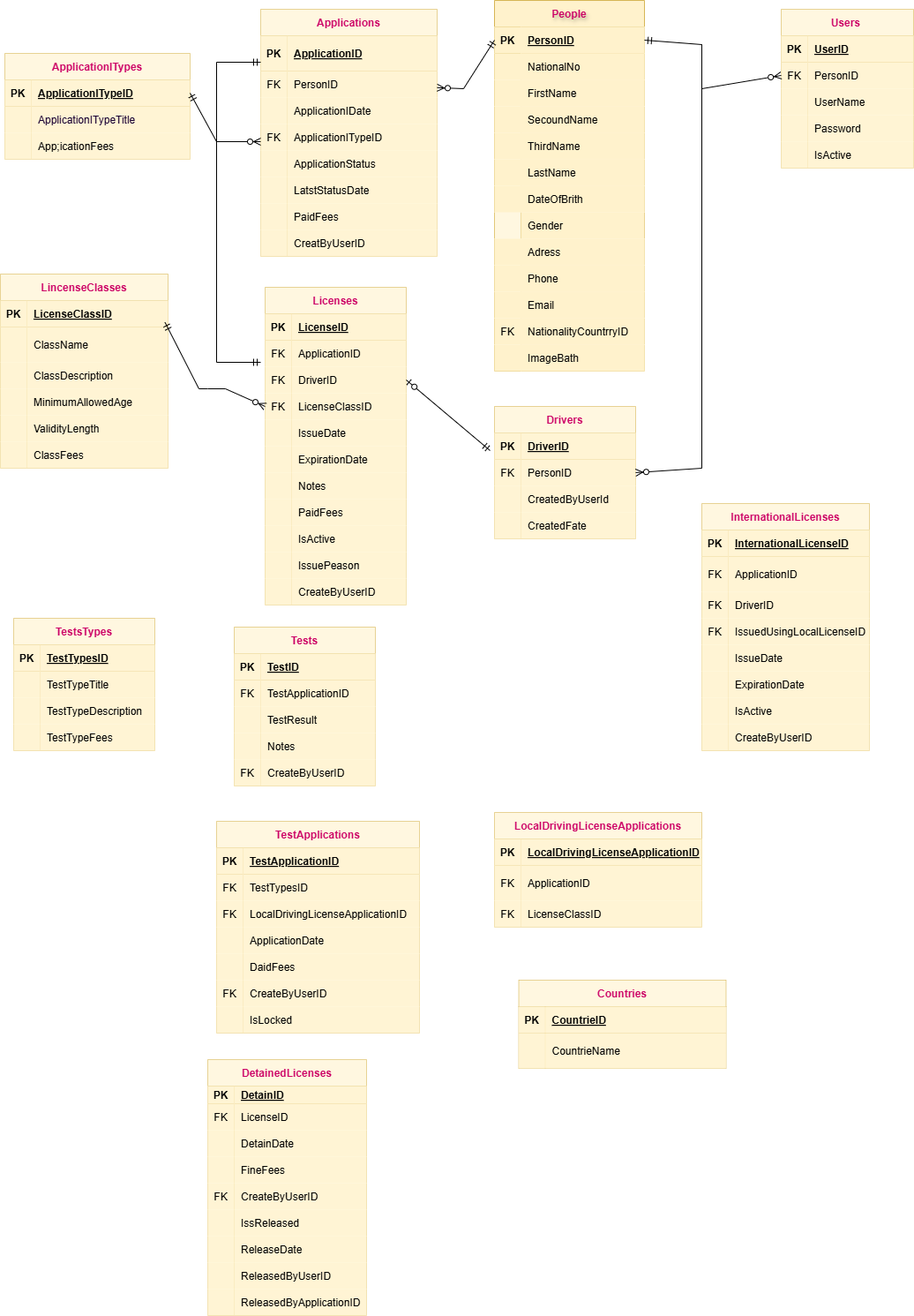
This is Untitled Diagram.drawio.png from azizadiab/Driving-License-Department, a draw.io export, as it was before one commit. Source tidied: cells renumbered, new cells last; positions are measured from the earlier drawing's top-left corner, leaving out a move shared by most shapes.
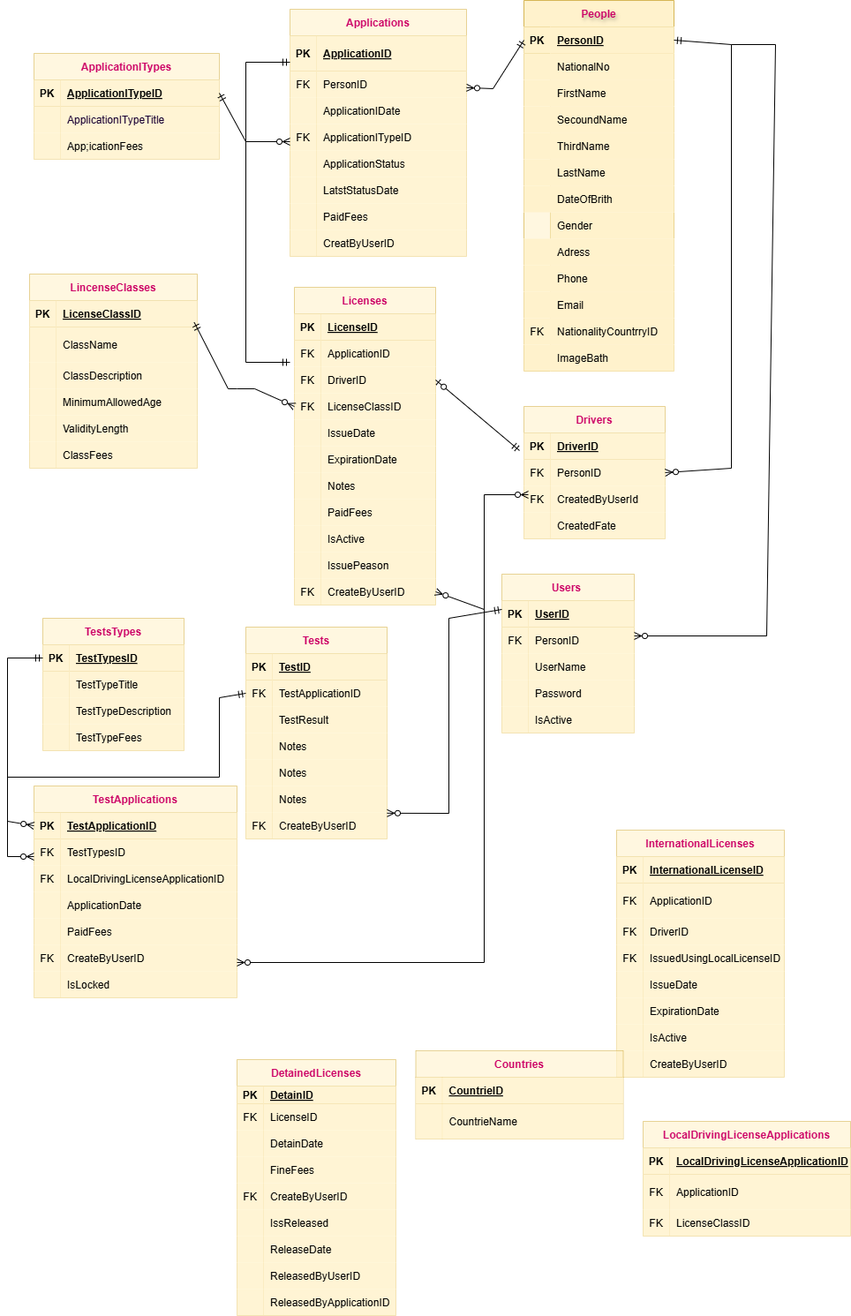
Above is the later version.

The edit, as a diff of the source:
```diff
@@ -198,7 +198,7 @@
       <mxGeometry x="30" width="140" height="30" as="geometry" />
     </mxCell>
     <mxCell id="67" value="Users " style="shape=table;startSize=30;rowLines=0;fontStyle=1;align=center;opacity=60;fillColor=#fff2cc;strokeColor=#d6b656;fontColor=#CC0066;" parent="1" vertex="1">
-      <mxGeometry x="885" y="10" width="150" height="180" as="geometry" />
+      <mxGeometry x="535" y="650" width="150" height="180" as="geometry" />
     </mxCell>
     <mxCell id="68" style="shape=partialRectangle;fillColor=#fff2cc;top=0;left=0;right=0;bottom=1;opacity=60;strokeColor=#d6b656;" parent="67" vertex="1">
       <mxGeometry y="30" width="150" height="30" as="geometry" />
@@ -315,7 +315,7 @@
       <mxGeometry x="30" width="130" height="30" as="geometry" />
     </mxCell>
     <mxCell id="106" value="TestApplications" style="shape=table;startSize=30;rowLines=0;fontStyle=1;align=center;opacity=60;fillColor=#fff2cc;strokeColor=#d6b656;fontColor=#CC0066;" parent="1" vertex="1">
-      <mxGeometry x="245" y="930" width="230" height="240" as="geometry" />
+      <mxGeometry x="5" y="890" width="230" height="240" as="geometry" />
     </mxCell>
     <mxCell id="107" style="shape=partialRectangle;fillColor=#fff2cc;points=[[0,0.5],[1,0.5]];portConstraint=eastwest;top=0;left=0;right=0;bottom=1;opacity=60;strokeColor=#d6b656;" parent="106" vertex="1">
       <mxGeometry y="30" width="230" height="30" as="geometry" />
@@ -359,7 +359,7 @@
     <mxCell id="120" style="shape=partialRectangle;overflow=hidden;fillColor=#fff2cc;top=0;left=0;bottom=0;right=0;opacity=60;strokeColor=#d6b656;" parent="119" vertex="1">
       <mxGeometry width="30" height="30" as="geometry" />
     </mxCell>
-    <mxCell id="121" value="DaidFees" style="shape=partialRectangle;overflow=hidden;fillColor=#fff2cc;top=0;left=0;bottom=0;right=0;align=left;spacingLeft=6;opacity=60;strokeColor=#d6b656;" parent="119" vertex="1">
+    <mxCell id="121" value="PaidFees" style="shape=partialRectangle;overflow=hidden;fillColor=#fff2cc;top=0;left=0;bottom=0;right=0;align=left;spacingLeft=6;opacity=60;strokeColor=#d6b656;" parent="119" vertex="1">
       <mxGeometry x="30" width="200" height="30" as="geometry" />
     </mxCell>
     <mxCell id="122" style="shape=partialRectangle;fillColor=#fff2cc;top=0;left=0;right=0;bottom=0;opacity=60;strokeColor=#d6b656;" parent="106" vertex="1">
@@ -545,7 +545,7 @@
     <mxCell id="182" style="shape=partialRectangle;fillColor=#fff2cc;top=0;left=0;right=0;bottom=0;opacity=60;strokeColor=#d6b656;" parent="175" vertex="1">
       <mxGeometry y="90" width="160" height="30" as="geometry" />
     </mxCell>
-    <mxCell id="183" style="shape=partialRectangle;overflow=hidden;fillColor=#fff2cc;top=0;left=0;bottom=0;right=0;opacity=60;strokeColor=#d6b656;" parent="182" vertex="1">
+    <mxCell id="183" value="FK" style="shape=partialRectangle;overflow=hidden;fillColor=#fff2cc;top=0;left=0;bottom=0;right=0;opacity=60;strokeColor=#d6b656;" parent="182" vertex="1">
       <mxGeometry width="30" height="30" as="geometry" />
     </mxCell>
     <mxCell id="184" value="CreatedByUserId" style="shape=partialRectangle;overflow=hidden;fillColor=#fff2cc;top=0;left=0;bottom=0;right=0;align=left;spacingLeft=6;opacity=60;strokeColor=#d6b656;" parent="182" vertex="1">
@@ -656,14 +656,14 @@
     <mxCell id="219" style="shape=partialRectangle;fillColor=#fff2cc;points=[[0,0.5],[1,0.5]];portConstraint=eastwest;top=0;left=0;right=0;bottom=0;opacity=60;strokeColor=#d6b656;" parent="188" vertex="1">
       <mxGeometry y="330" width="160" height="30" as="geometry" />
     </mxCell>
-    <mxCell id="220" style="shape=partialRectangle;overflow=hidden;fillColor=#fff2cc;top=0;left=0;bottom=0;right=0;opacity=60;strokeColor=#d6b656;" parent="219" vertex="1">
+    <mxCell id="220" value="FK" style="shape=partialRectangle;overflow=hidden;fillColor=#fff2cc;top=0;left=0;bottom=0;right=0;opacity=60;strokeColor=#d6b656;" parent="219" vertex="1">
       <mxGeometry width="30" height="30" as="geometry" />
     </mxCell>
     <mxCell id="221" value="CreateByUserID" style="shape=partialRectangle;overflow=hidden;fillColor=#fff2cc;top=0;left=0;bottom=0;right=0;align=left;spacingLeft=6;opacity=60;strokeColor=#d6b656;" parent="219" vertex="1">
       <mxGeometry x="30" width="130" height="30" as="geometry" />
     </mxCell>
     <mxCell id="222" value="LocalDrivingLicenseApplications" style="shape=table;startSize=30;rowLines=0;fontStyle=1;align=center;opacity=60;fillColor=#fff2cc;strokeColor=#d6b656;fontColor=#CC0066;" parent="1" vertex="1">
-      <mxGeometry x="560" y="920" width="235" height="130" as="geometry" />
+      <mxGeometry x="695" y="1270" width="235" height="130" as="geometry" />
     </mxCell>
     <mxCell id="223" style="shape=partialRectangle;fillColor=#fff2cc;top=0;left=0;right=0;bottom=1;opacity=60;strokeColor=#d6b656;" parent="222" vertex="1">
       <mxGeometry y="30" width="235" height="30" as="geometry" />
@@ -693,7 +693,7 @@
       <mxGeometry x="30" width="205" height="30" as="geometry" />
     </mxCell>
     <mxCell id="232" value="InternationalLicenses" style="shape=table;startSize=30;rowLines=0;fontStyle=1;align=center;opacity=60;fillColor=#fff2cc;strokeColor=#d6b656;fontColor=#CC0066;" parent="1" vertex="1">
-      <mxGeometry x="795" y="570" width="190" height="280" as="geometry" />
+      <mxGeometry x="665" y="940" width="190" height="280" as="geometry" />
     </mxCell>
     <mxCell id="233" style="shape=partialRectangle;fillColor=#fff2cc;top=0;left=0;right=0;bottom=1;opacity=60;strokeColor=#d6b656;" parent="232" vertex="1">
       <mxGeometry y="30" width="190" height="30" as="geometry" />
@@ -768,7 +768,7 @@
       <mxGeometry x="30" width="160" height="30" as="geometry" />
     </mxCell>
     <mxCell id="257" value="Tests" style="shape=table;startSize=30;rowLines=0;fontStyle=1;align=center;opacity=60;fillColor=#fff2cc;strokeColor=#d6b656;fontColor=#CC0066;" parent="1" vertex="1">
-      <mxGeometry x="265" y="710" width="160" height="180" as="geometry" />
+      <mxGeometry x="245" y="710" width="160" height="240" as="geometry" />
     </mxCell>
     <mxCell id="258" style="shape=partialRectangle;fillColor=#fff2cc;top=0;left=0;right=0;bottom=1;opacity=60;strokeColor=#d6b656;" parent="257" vertex="1">
       <mxGeometry y="30" width="160" height="30" as="geometry" />
@@ -806,8 +806,26 @@
     <mxCell id="269" value="Notes" style="shape=partialRectangle;overflow=hidden;fillColor=#fff2cc;top=0;left=0;bottom=0;right=0;align=left;spacingLeft=6;opacity=60;strokeColor=#d6b656;" parent="267" vertex="1">
       <mxGeometry x="30" width="130" height="30" as="geometry" />
     </mxCell>
+    <mxCell id="287" style="shape=partialRectangle;fillColor=#fff2cc;top=0;left=0;right=0;bottom=0;opacity=60;strokeColor=#d6b656;" parent="257" vertex="1">
+      <mxGeometry y="150" width="160" height="30" as="geometry" />
+    </mxCell>
+    <mxCell id="288" style="shape=partialRectangle;overflow=hidden;fillColor=#fff2cc;top=0;left=0;bottom=0;right=0;opacity=60;strokeColor=#d6b656;" parent="287" vertex="1">
+      <mxGeometry width="30" height="30" as="geometry" />
+    </mxCell>
+    <mxCell id="289" value="Notes" style="shape=partialRectangle;overflow=hidden;fillColor=#fff2cc;top=0;left=0;bottom=0;right=0;align=left;spacingLeft=6;opacity=60;strokeColor=#d6b656;" parent="287" vertex="1">
+      <mxGeometry x="30" width="130" height="30" as="geometry" />
+    </mxCell>
+    <mxCell id="290" style="shape=partialRectangle;fillColor=#fff2cc;top=0;left=0;right=0;bottom=0;opacity=60;strokeColor=#d6b656;" parent="257" vertex="1">
+      <mxGeometry y="180" width="160" height="30" as="geometry" />
+    </mxCell>
+    <mxCell id="291" style="shape=partialRectangle;overflow=hidden;fillColor=#fff2cc;top=0;left=0;bottom=0;right=0;opacity=60;strokeColor=#d6b656;" parent="290" vertex="1">
+      <mxGeometry width="30" height="30" as="geometry" />
+    </mxCell>
+    <mxCell id="292" value="Notes" style="shape=partialRectangle;overflow=hidden;fillColor=#fff2cc;top=0;left=0;bottom=0;right=0;align=left;spacingLeft=6;opacity=60;strokeColor=#d6b656;" parent="290" vertex="1">
+      <mxGeometry x="30" width="130" height="30" as="geometry" />
+    </mxCell>
     <mxCell id="270" style="shape=partialRectangle;fillColor=#fff2cc;points=[[0,0.5],[1,0.5]];portConstraint=eastwest;top=0;left=0;right=0;bottom=0;opacity=60;strokeColor=#d6b656;" parent="257" vertex="1">
-      <mxGeometry y="150" width="160" height="30" as="geometry" />
+      <mxGeometry y="210" width="160" height="30" as="geometry" />
     </mxCell>
     <mxCell id="271" value="FK" style="shape=partialRectangle;overflow=hidden;fillColor=#fff2cc;top=0;left=0;bottom=0;right=0;opacity=60;strokeColor=#d6b656;" parent="270" vertex="1">
       <mxGeometry width="30" height="30" as="geometry" />
@@ -816,7 +834,7 @@
       <mxGeometry x="30" width="130" height="30" as="geometry" />
     </mxCell>
     <mxCell id="273" value="Countries" style="shape=table;startSize=30;rowLines=0;fontStyle=1;align=center;opacity=60;fillColor=#fff2cc;strokeColor=#d6b656;fontColor=#CC0066;" parent="1" vertex="1">
-      <mxGeometry x="587.5" y="1110" width="235" height="100" as="geometry" />
+      <mxGeometry x="437.5" y="1190" width="235" height="100" as="geometry" />
     </mxCell>
     <mxCell id="274" style="shape=partialRectangle;fillColor=#fff2cc;top=0;left=0;right=0;bottom=1;opacity=60;strokeColor=#d6b656;" parent="273" vertex="1">
       <mxGeometry y="30" width="235" height="30" as="geometry" />
@@ -883,13 +901,66 @@
         </Array>
       </mxGeometry>
     </mxCell>
-    <mxCell id="286" style="endArrow=ERzeroToMany;html=1;rounded=0;endFill=0;entryX=0;entryY=0.5;entryDx=0;entryDy=0;" parent="1" edge="1" target="71">
-      <mxGeometry relative="1" as="geometry">
-        <mxPoint x="795" y="50" as="sourcePoint" />
-        <Array as="points">
-          <mxPoint x="795" y="100" />
-        </Array>
-      </mxGeometry>
-    </mxCell>
+    <mxCell id="293" style="endArrow=none;html=1;rounded=0;startArrow=ERzeroToMany;startFill=0;" parent="1" edge="1">
+      <mxGeometry relative="1" as="geometry">
+        <mxPoint x="685" y="720" as="sourcePoint" />
+        <mxPoint x="795" y="50" as="targetPoint" />
+        <Array as="points">
+          <mxPoint x="835" y="720" />
+          <mxPoint x="845" y="50" />
+        </Array>
+      </mxGeometry>
+    </mxCell>
+    <mxCell id="294" style="endArrow=ERmandOne;html=1;rounded=0;exitX=1;exitY=0.027;exitDx=0;exitDy=0;exitPerimeter=0;startArrow=ERzeroToMany;startFill=0;endFill=0;" parent="1" edge="1" source="270">
+      <mxGeometry relative="1" as="geometry">
+        <mxPoint x="535" y="690" as="targetPoint" />
+        <Array as="points">
+          <mxPoint x="475" y="921" />
+          <mxPoint x="475" y="700" />
+        </Array>
+      </mxGeometry>
+    </mxCell>
+    <mxCell id="295" style="endArrow=none;html=1;rounded=0;startArrow=ERzeroToMany;startFill=0;" parent="1" edge="1">
+      <mxGeometry relative="1" as="geometry">
+        <mxPoint x="235" y="1090" as="sourcePoint" />
+        <mxPoint x="515" y="690" as="targetPoint" />
+        <Array as="points">
+          <mxPoint x="515" y="1090" />
+        </Array>
+      </mxGeometry>
+    </mxCell>
+    <mxCell id="296" style="endArrow=ERmandOne;html=1;rounded=0;entryX=0;entryY=0.5;entryDx=0;entryDy=0;startArrow=ERzeroToMany;startFill=0;endFill=0;" parent="1" edge="1" target="94">
+      <mxGeometry relative="1" as="geometry">
+        <mxPoint x="5" y="970" as="sourcePoint" />
+        <Array as="points">
+          <mxPoint x="-25" y="970" />
+          <mxPoint x="-25" y="745" />
+        </Array>
+      </mxGeometry>
+    </mxCell>
+    <mxCell id="297" style="endArrow=ERzeroToMany;html=1;rounded=0;entryX=0;entryY=0.5;entryDx=0;entryDy=0;exitX=0;exitY=0.5;exitDx=0;exitDy=0;startArrow=ERmandOne;startFill=0;endFill=0;" parent="1" edge="1" source="261" target="107">
+      <mxGeometry relative="1" as="geometry">
+        <Array as="points">
+          <mxPoint x="215" y="790" />
+          <mxPoint x="215" y="880" />
+          <mxPoint x="-25" y="880" />
+          <mxPoint x="-25" y="930" />
+        </Array>
+      </mxGeometry>
+    </mxCell>
+    <mxCell id="298" style="endArrow=ERzeroToMany;html=1;rounded=0;endFill=0;" parent="1" edge="1">
+      <mxGeometry relative="1" as="geometry">
+        <mxPoint x="515" y="700" as="sourcePoint" />
+        <mxPoint x="565" y="560" as="targetPoint" />
+        <Array as="points">
+          <mxPoint x="515" y="560" />
+        </Array>
+      </mxGeometry>
+    </mxCell>
+    <mxCell id="299" style="endArrow=none;html=1;rounded=0;exitX=1;exitY=0.5;exitDx=0;exitDy=0;startArrow=ERzeroToMany;startFill=0;" parent="1" edge="1" source="219">
+      <mxGeometry relative="1" as="geometry">
+        <mxPoint x="515" y="690" as="targetPoint" />
+      </mxGeometry>
+    </mxCell>
   </root>
 </mxGraphModel>
```
